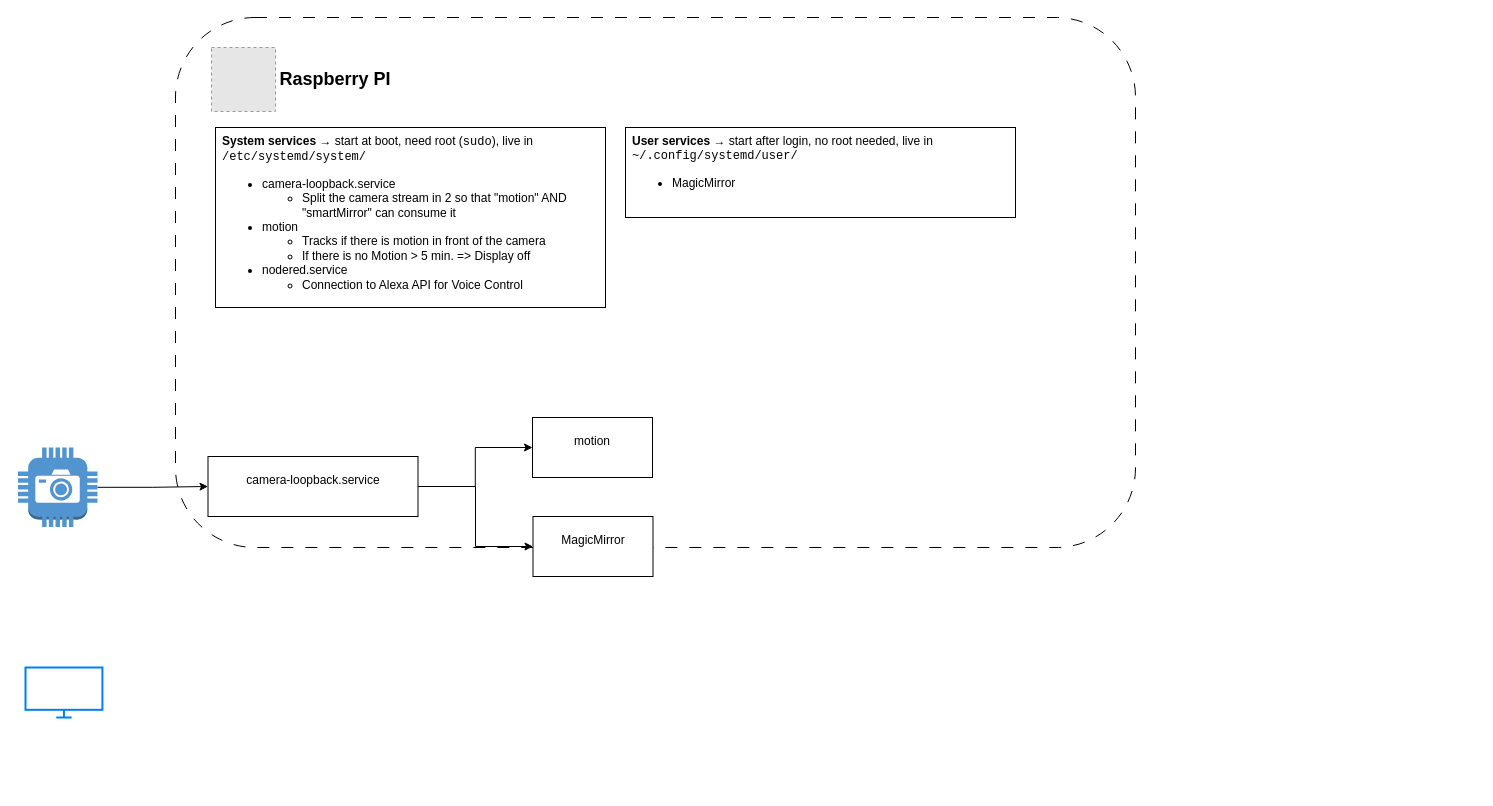
Before: Architecture_Diagram.drawio in PhilippGoetz1995/SmartMirror, a draw.io diagram. Source tidied: cells renumbered, new cells numbered last; positions are measured from the earlier drawing's top-left corner, leaving out a move shared by most shapes. Both pictures are drawn from the tidied source at 100%, with x=0, y=0 at pixel (17, 17). Pictures stored in the file or linked from it are replaced by grey dashed boxes.
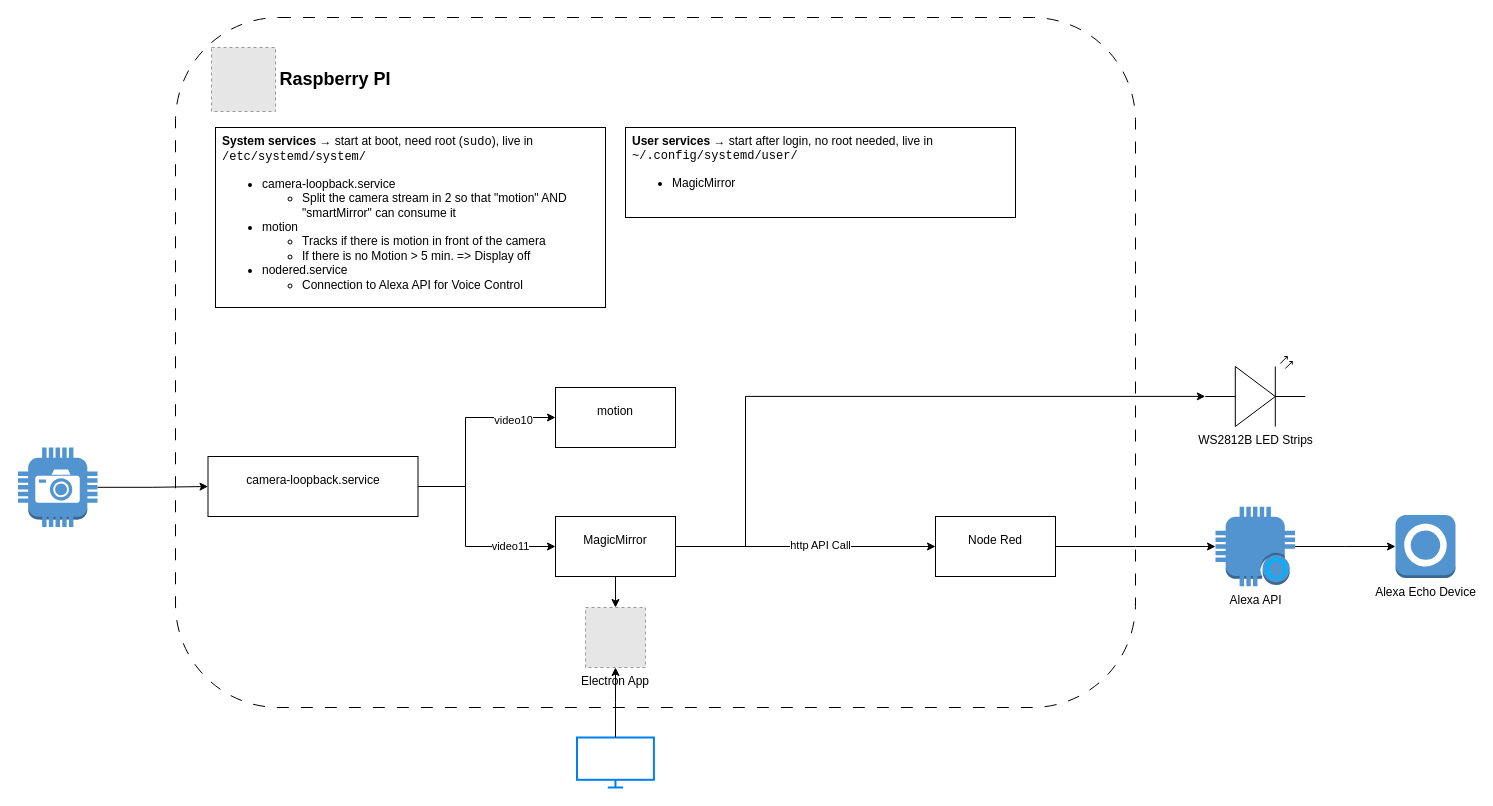
After the change.

Unchanged cells that the change refers to:
```xml
<mxCell id="6" value="&lt;span style=&quot;background-color: transparent; color: light-dark(rgb(0, 0, 0), rgb(255, 255, 255));&quot;&gt;camera-loopback.service&lt;/span&gt;&lt;ul style=&quot;&quot;&gt;&lt;ul&gt;&lt;/ul&gt;&lt;/ul&gt;" style="rounded=0;whiteSpace=wrap;html=1;align=center;verticalAlign=middle;" parent="1" vertex="1">
  <mxGeometry x="190.5" y="439" width="210" height="60" as="geometry" />
</mxCell>
```

Change to the diagram source:
```diff
@@
     <mxCell id="2" style="html=1;verticalLabelPosition=bottom;align=center;labelBackgroundColor=#ffffff;verticalAlign=top;strokeWidth=2;strokeColor=#0080F0;shadow=0;dashed=0;shape=mxgraph.ios7.icons.monitor;" parent="1" vertex="1">
-      <mxGeometry x="8" y="650" width="76.9" height="50" as="geometry" />
+      <mxGeometry x="559.5" y="720" width="76.9" height="50" as="geometry" />
     </mxCell>
     <mxCell id="3" style="rounded=1;whiteSpace=wrap;html=1;dashed=1;dashPattern=12 12;align=left;" parent="1" vertex="1">
-      <mxGeometry x="158" width="960" height="530" as="geometry" />
+      <mxGeometry x="158" width="960" height="690" as="geometry" />
     </mxCell>
     <mxCell id="4" style="edgeStyle=orthogonalEdgeStyle;rounded=0;jettySize=auto;html=1;entryX=0;entryY=0.5;entryDx=0;entryDy=0;" parent="1" edge="1" source="6" target="13">
-      <mxGeometry relative="1" as="geometry" />
+      <mxGeometry relative="1" as="geometry">
+        <Array as="points">
+          <mxPoint x="448" y="469" />
+          <mxPoint x="448" y="400" />
+        </Array>
+      </mxGeometry>
     </mxCell>
+    <mxCell id="15" value="video10" style="edgeLabel;html=1;align=center;verticalAlign=middle;" parent="4" vertex="1">
+      <mxGeometry x="0.59" y="-2" relative="1" as="geometry" />
+    </mxCell>
     <mxCell id="5" style="edgeStyle=orthogonalEdgeStyle;rounded=0;jettySize=auto;html=1;entryX=0;entryY=0.5;entryDx=0;entryDy=0;" parent="1" edge="1" source="6" target="14">
-      <mxGeometry relative="1" as="geometry" />
+      <mxGeometry relative="1" as="geometry">
+        <Array as="points">
+          <mxPoint x="448" y="469" />
+          <mxPoint x="448" y="529" />
+        </Array>
+      </mxGeometry>
     </mxCell>
+    <mxCell id="16" value="video11" style="edgeLabel;html=1;align=center;verticalAlign=middle;" parent="5" vertex="1">
+      <mxGeometry x="0.54" y="1" relative="1" as="geometry" />
+    </mxCell>
@@
     <mxCell id="13" value="&lt;span style=&quot;background-color: transparent; color: light-dark(rgb(0, 0, 0), rgb(255, 255, 255));&quot;&gt;motion&lt;/span&gt;&lt;ul style=&quot;&quot;&gt;&lt;ul&gt;&lt;/ul&gt;&lt;/ul&gt;" style="rounded=0;whiteSpace=wrap;html=1;align=center;verticalAlign=middle;" parent="1" vertex="1">
-      <mxGeometry x="515" y="400" width="120" height="60" as="geometry" />
+      <mxGeometry x="538" y="370" width="120" height="60" as="geometry" />
     </mxCell>
+    <mxCell id="17" style="edgeStyle=orthogonalEdgeStyle;rounded=0;jettySize=auto;html=1;" parent="1" edge="1" source="14" target="21">
+      <mxGeometry relative="1" as="geometry" />
+    </mxCell>
+    <mxCell id="18" value="http API Call" style="edgeLabel;html=1;align=center;verticalAlign=middle;" parent="17" vertex="1">
+      <mxGeometry x="0.11" y="2" relative="1" as="geometry" />
+    </mxCell>
+    <mxCell id="19" style="edgeStyle=orthogonalEdgeStyle;rounded=0;jettySize=auto;html=1;entryX=0.5;entryY=0;entryDx=0;entryDy=0;" parent="1" edge="1" source="14" target="25">
+      <mxGeometry relative="1" as="geometry" />
+    </mxCell>
     <mxCell id="14" value="&lt;span style=&quot;background-color: transparent; color: light-dark(rgb(0, 0, 0), rgb(255, 255, 255));&quot;&gt;MagicMirror&lt;/span&gt;&lt;ul style=&quot;&quot;&gt;&lt;ul&gt;&lt;/ul&gt;&lt;/ul&gt;" style="rounded=0;whiteSpace=wrap;html=1;align=center;verticalAlign=middle;" parent="1" vertex="1">
-      <mxGeometry x="515.5" y="499" width="120" height="60" as="geometry" />
+      <mxGeometry x="538" y="499" width="120" height="60" as="geometry" />
     </mxCell>
+    <mxCell id="20" style="edgeStyle=orthogonalEdgeStyle;rounded=0;jettySize=auto;html=1;" parent="1" edge="1" source="21" target="24">
+      <mxGeometry relative="1" as="geometry" />
+    </mxCell>
+    <mxCell id="21" value="&lt;span style=&quot;background-color: transparent; color: light-dark(rgb(0, 0, 0), rgb(255, 255, 255));&quot;&gt;Node Red&lt;/span&gt;&lt;ul style=&quot;&quot;&gt;&lt;ul&gt;&lt;/ul&gt;&lt;/ul&gt;" style="rounded=0;whiteSpace=wrap;html=1;align=center;verticalAlign=middle;" parent="1" vertex="1">
+      <mxGeometry x="918" y="499" width="120" height="60" as="geometry" />
+    </mxCell>
+    <mxCell id="22" value="Alexa Echo Device" style="outlineConnect=0;dashed=0;verticalLabelPosition=bottom;verticalAlign=top;align=center;html=1;shape=mxgraph.aws3.alexa_skill;fillColor=#5294CF;gradientColor=none;" parent="1" vertex="1">
+      <mxGeometry x="1378" y="497.5" width="60" height="63" as="geometry" />
+    </mxCell>
+    <mxCell id="23" style="edgeStyle=orthogonalEdgeStyle;rounded=0;jettySize=auto;html=1;entryX=0;entryY=0.5;entryDx=0;entryDy=0;entryPerimeter=0;" parent="1" edge="1" source="24" target="22">
+      <mxGeometry relative="1" as="geometry" />
+    </mxCell>
+    <mxCell id="24" value="Alexa API" style="outlineConnect=0;dashed=0;verticalLabelPosition=bottom;verticalAlign=top;align=center;html=1;shape=mxgraph.aws3.alexa_enabled_device;fillColor=#5294CF;gradientColor=none;" parent="1" vertex="1">
+      <mxGeometry x="1198" y="489.2" width="79.5" height="79.5" as="geometry" />
+    </mxCell>
+    <mxCell id="25" value="Electron App" style="fillColor=#E6E6E6;strokeColor=#999999;dashed=1;verticalLabelPosition=bottom;labelBackgroundColor=default;verticalAlign=top;" parent="1" vertex="1">
+      <mxGeometry x="568" y="590" width="60" height="60" as="geometry" />
+    </mxCell>
+    <mxCell id="26" style="edgeStyle=orthogonalEdgeStyle;rounded=0;jettySize=auto;html=1;" parent="1" edge="1" source="2" target="25">
+      <mxGeometry relative="1" as="geometry" />
+    </mxCell>
+    <mxCell id="27" value="WS2812B LED Strips" style="verticalLabelPosition=bottom;shadow=0;dashed=0;align=center;html=1;verticalAlign=top;shape=mxgraph.electrical.opto_electronics.led_2;" parent="1" vertex="1">
+      <mxGeometry x="1187.8" y="339" width="100" height="70" as="geometry" />
+    </mxCell>
+    <mxCell id="28" style="edgeStyle=orthogonalEdgeStyle;rounded=0;jettySize=auto;html=1;entryX=0;entryY=0.57;entryDx=0;entryDy=0;entryPerimeter=0;" parent="1" edge="1" source="14" target="27">
+      <mxGeometry relative="1" as="geometry">
+        <Array as="points">
+          <mxPoint x="728" y="529" />
+          <mxPoint x="728" y="379" />
+        </Array>
+      </mxGeometry>
+    </mxCell>
```
